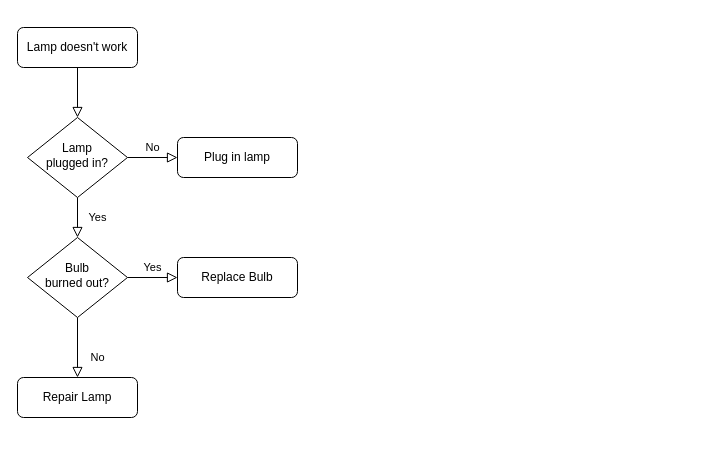
Before: Biểu đồ không có tiêu đề.drawio in minhhue-laura/aaa, a draw.io diagram. Source tidied: cells renumbered, new cells numbered last; positions are measured from the earlier drawing's top-left corner, leaving out a move shared by most shapes. Both pictures are drawn from the tidied source at 100%, with x=0, y=0 at pixel (17, 27).
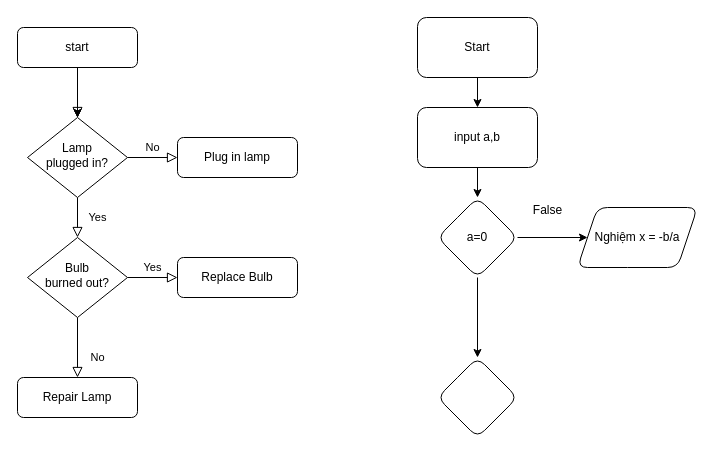
After the change.

Commit message:
Cập nhật Biểu đồ không có tiêu đề.drawio

The change refers to these unchanged cells:
```xml
<mxCell id="6" value="Lamp&lt;br&gt;plugged in?" style="rhombus;whiteSpace=wrap;html=1;shadow=0;fontFamily=Helvetica;fontSize=12;align=center;strokeWidth=1;spacing=6;spacingTop=-4;" parent="1" vertex="1">
  <mxGeometry x="10" y="90" width="100" height="80" as="geometry" />
</mxCell>
```

Change to the diagram source:
```diff
@@
+    <mxCell id="13" style="edgeStyle=orthogonalEdgeStyle;rounded=0;jettySize=auto;html=1;" parent="1" edge="1" source="3" target="6">
+      <mxGeometry relative="1" as="geometry" />
+    </mxCell>
+    <mxCell id="14" style="edgeStyle=orthogonalEdgeStyle;rounded=0;jettySize=auto;html=1;" parent="1" edge="1" source="3" target="6">
+      <mxGeometry relative="1" as="geometry" />
+    </mxCell>
-    <mxCell id="3" value="Lamp doesn't work" style="rounded=1;whiteSpace=wrap;html=1;fontSize=12;glass=0;strokeWidth=1;shadow=0;" parent="1" vertex="1">
+    <mxCell id="3" value="start" style="rounded=1;whiteSpace=wrap;html=1;fontSize=12;glass=0;strokeWidth=1;shadow=0;" parent="1" vertex="1">
       <mxGeometry width="120" height="40" as="geometry" />
     </mxCell>
@@
+    <mxCell id="15" style="edgeStyle=orthogonalEdgeStyle;rounded=0;jettySize=auto;html=1;" parent="1" edge="1" source="16" target="18">
+      <mxGeometry relative="1" as="geometry" />
+    </mxCell>
+    <mxCell id="16" value="Start" style="rounded=1;whiteSpace=wrap;html=1;" parent="1" vertex="1">
+      <mxGeometry x="400" y="-10" width="120" height="60" as="geometry" />
+    </mxCell>
+    <mxCell id="17" style="edgeStyle=orthogonalEdgeStyle;rounded=0;jettySize=auto;html=1;" parent="1" edge="1" source="18" target="21">
+      <mxGeometry relative="1" as="geometry" />
+    </mxCell>
+    <mxCell id="18" value="input a,b" style="rounded=1;whiteSpace=wrap;html=1;" parent="1" vertex="1">
+      <mxGeometry x="400" y="80" width="120" height="60" as="geometry" />
+    </mxCell>
+    <mxCell id="19" style="edgeStyle=orthogonalEdgeStyle;rounded=0;jettySize=auto;html=1;" parent="1" edge="1" source="21" target="22">
+      <mxGeometry relative="1" as="geometry" />
+    </mxCell>
+    <mxCell id="20" style="edgeStyle=orthogonalEdgeStyle;rounded=0;jettySize=auto;html=1;" parent="1" edge="1" source="21" target="24">
+      <mxGeometry relative="1" as="geometry" />
+    </mxCell>
+    <mxCell id="21" value="a=0" style="rhombus;whiteSpace=wrap;html=1;rounded=1;" parent="1" vertex="1">
+      <mxGeometry x="420" y="170" width="80" height="80" as="geometry" />
+    </mxCell>
+    <mxCell id="22" value="Nghiệm x = -b/a" style="shape=parallelogram;perimeter=parallelogramPerimeter;whiteSpace=wrap;html=1;fixedSize=1;rounded=1;" parent="1" vertex="1">
+      <mxGeometry x="560" y="180" width="120" height="60" as="geometry" />
+    </mxCell>
+    <mxCell id="23" value="False" style="text;html=1;align=center;verticalAlign=middle;strokeColor=none;fillColor=none;" parent="1" vertex="1">
+      <mxGeometry x="505" y="168" width="50" height="30" as="geometry" />
+    </mxCell>
+    <mxCell id="24" style="rhombus;whiteSpace=wrap;html=1;rounded=1;" parent="1" vertex="1">
+      <mxGeometry x="420" y="330" width="80" height="80" as="geometry" />
+    </mxCell>
```
